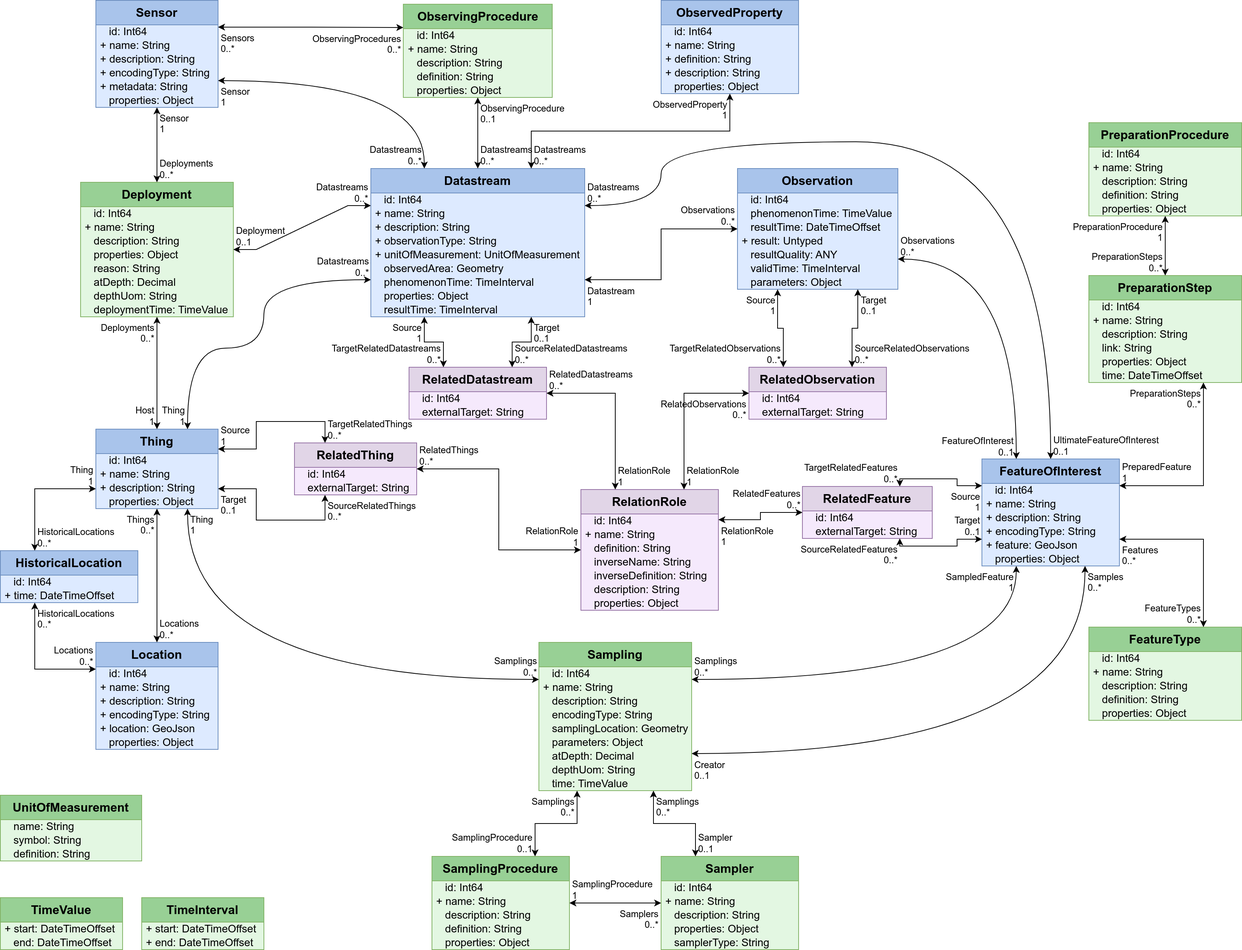
Above: Datamodel-SensorThingsApi-WaterQualityIE-implemented.drawio.png in hylkevds/FROST-Server.Plugin.WaterQualityIE (draw.io), before the change. Source tidied: cells renumbered, new cells last; positions are measured from the earlier drawing's top-left corner, leaving out a move shared by most shapes.
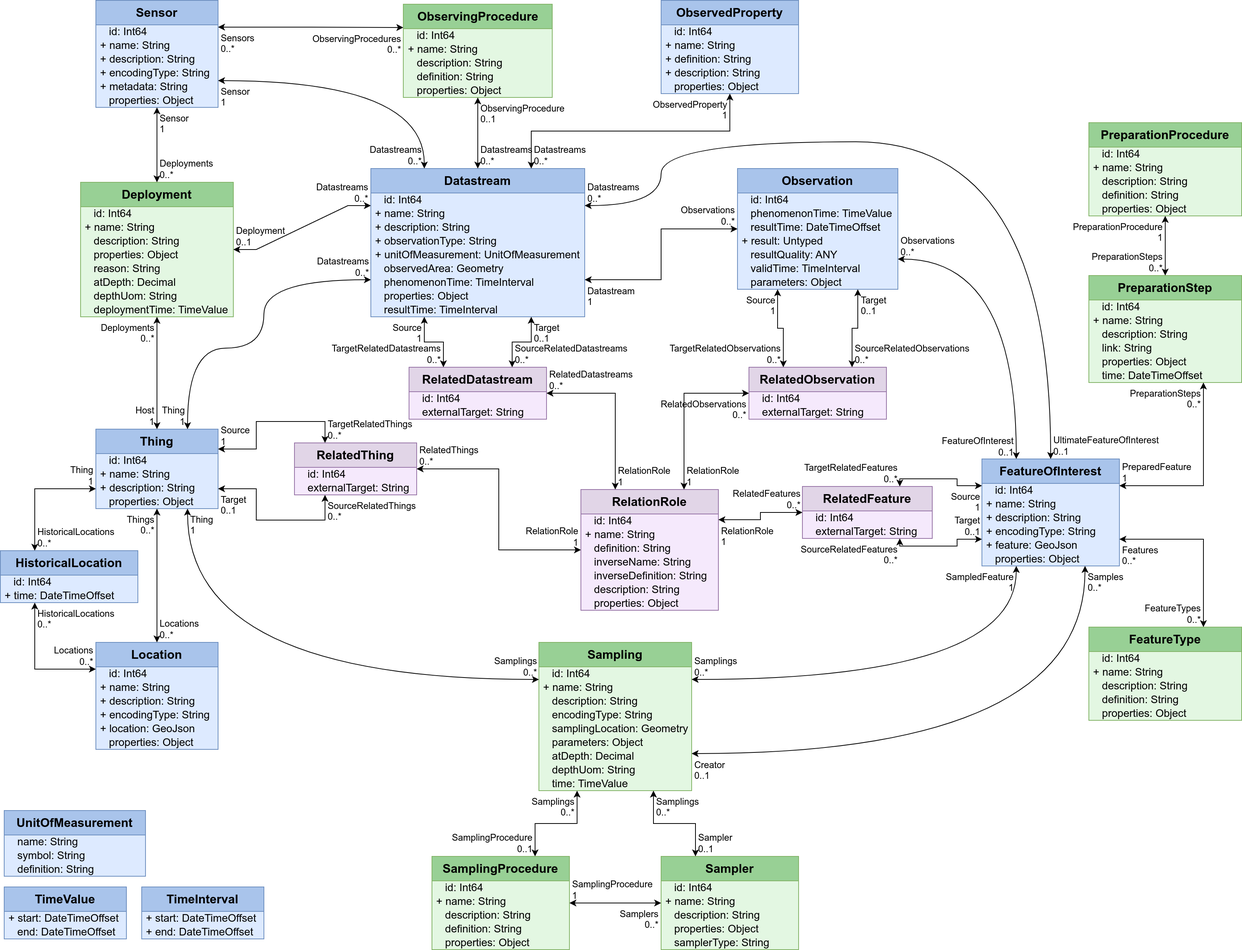
After the change.

Change to the diagram source:
```diff
@@ -713,8 +713,8 @@
     <mxCell id="232" value="Datastreams&lt;br&gt;0..*" style="edgeLabel;html=1;align=right;verticalAlign=bottom;labelBackgroundColor=none;fontSize=12;spacingLeft=1;spacing=3;spacingRight=2;" parent="230" vertex="1">
       <mxGeometry x="1" relative="1" as="geometry" />
     </mxCell>
-    <mxCell id="233" value="TimeInterval" style="swimlane;fontStyle=1;horizontal=1;startSize=32;fontSize=16;whiteSpace=wrap;html=1;fillColor=#98D095;strokeColor=#82b366;swimlaneFillColor=#E3F7E2;" parent="1" vertex="1">
-      <mxGeometry x="185" y="1174" width="160" height="68" as="geometry" />
+    <mxCell id="233" value="TimeInterval" style="swimlane;fontStyle=1;horizontal=1;startSize=32;fontSize=16;whiteSpace=wrap;html=1;fillColor=#A9C4EB;strokeColor=#6c8ebf;swimlaneFillColor=#DDEAFF;verticalAlign=top;" parent="1" vertex="1">
+      <mxGeometry x="185" y="1160" width="160" height="68" as="geometry" />
     </mxCell>
     <mxCell id="234" value="+ start: DateTimeOffset" style="text;strokeColor=none;fillColor=none;align=left;verticalAlign=middle;spacingLeft=4;spacingRight=4;overflow=visible;html=1;fontSize=14;" parent="233" vertex="1">
       <mxGeometry y="32" width="160" height="18" as="geometry" />
@@ -722,8 +722,8 @@
     <mxCell id="235" value="+ end: DateTimeOffset" style="text;strokeColor=none;fillColor=none;align=left;verticalAlign=middle;spacingLeft=4;spacingRight=4;overflow=visible;html=1;fontSize=14;" parent="233" vertex="1">
       <mxGeometry y="50" width="160" height="18" as="geometry" />
     </mxCell>
-    <mxCell id="236" value="TimeValue" style="swimlane;fontStyle=1;horizontal=1;startSize=32;fontSize=16;whiteSpace=wrap;html=1;fillColor=#98D095;strokeColor=#82b366;swimlaneFillColor=#E3F7E2;" parent="1" vertex="1">
-      <mxGeometry y="1174" width="160" height="68" as="geometry" />
+    <mxCell id="236" value="TimeValue" style="swimlane;fontStyle=1;horizontal=1;startSize=32;fontSize=16;whiteSpace=wrap;html=1;fillColor=#A9C4EB;strokeColor=#6c8ebf;swimlaneFillColor=#DDEAFF;verticalAlign=top;" parent="1" vertex="1">
+      <mxGeometry x="5" y="1160" width="160" height="68" as="geometry" />
     </mxCell>
     <mxCell id="237" value="+ start: DateTimeOffset" style="text;strokeColor=none;fillColor=none;align=left;verticalAlign=middle;spacingLeft=4;spacingRight=4;overflow=visible;html=1;fontSize=14;" parent="236" vertex="1">
       <mxGeometry y="32" width="160" height="18" as="geometry" />
@@ -731,8 +731,8 @@
     <mxCell id="238" value="&amp;nbsp;&amp;nbsp;&amp;nbsp;end: DateTimeOffset" style="text;strokeColor=none;fillColor=none;align=left;verticalAlign=middle;spacingLeft=4;spacingRight=4;overflow=visible;html=1;fontSize=14;" parent="236" vertex="1">
       <mxGeometry y="50" width="160" height="18" as="geometry" />
     </mxCell>
-    <mxCell id="239" value="UnitOfMeasurement" style="swimlane;fontStyle=1;horizontal=1;startSize=32;fontSize=16;whiteSpace=wrap;html=1;fillColor=#98D095;strokeColor=#82b366;swimlaneFillColor=#E3F7E2;" parent="1" vertex="1">
-      <mxGeometry y="1040" width="185" height="86" as="geometry" />
+    <mxCell id="239" value="UnitOfMeasurement" style="swimlane;fontStyle=1;horizontal=1;startSize=32;fontSize=16;whiteSpace=wrap;html=1;fillColor=#A9C4EB;strokeColor=#6c8ebf;swimlaneFillColor=#DDEAFF;verticalAlign=top;" parent="1" vertex="1">
+      <mxGeometry x="5" y="1060" width="185" height="86" as="geometry" />
     </mxCell>
     <mxCell id="240" value="&amp;nbsp;&amp;nbsp;&amp;nbsp;name: String" style="text;strokeColor=none;fillColor=none;align=left;verticalAlign=middle;spacingLeft=4;spacingRight=4;overflow=visible;html=1;fontSize=14;" parent="239" vertex="1">
       <mxGeometry y="32" width="185" height="18" as="geometry" />
```
